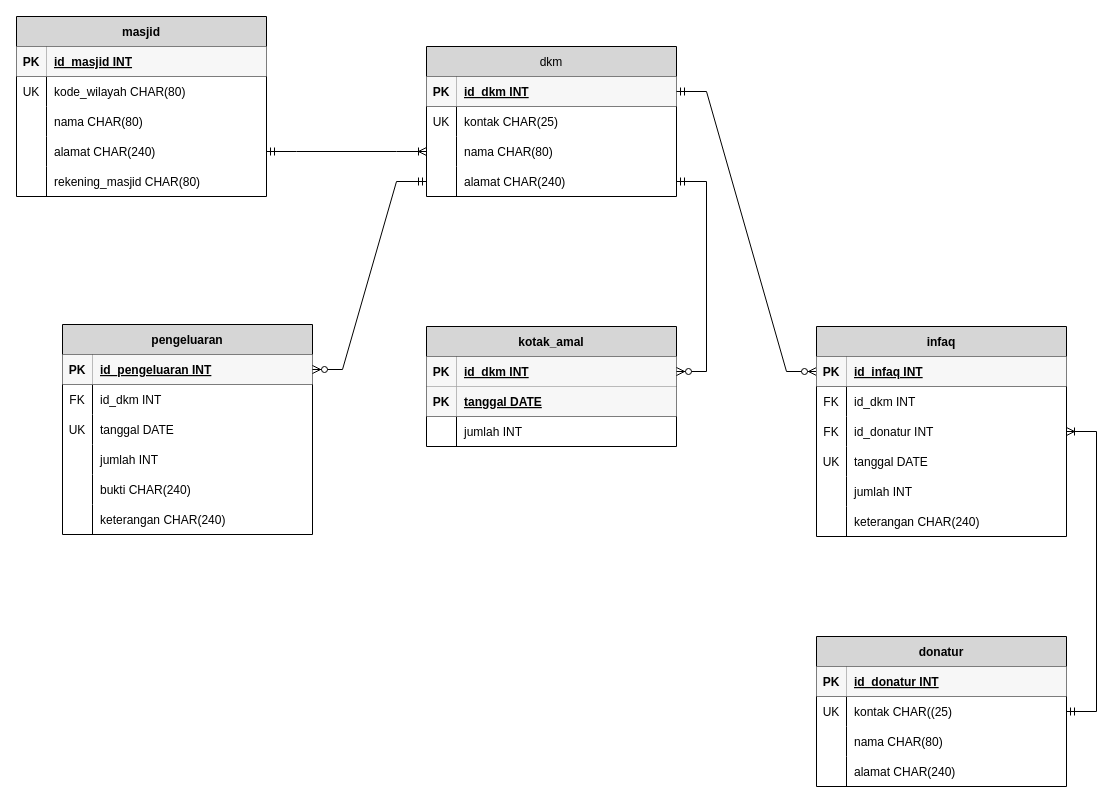
The draw.io diagram pertemuan3/ERD.drawio in rifkymaulana6/IF214002, before the edit. Source tidied: cells renumbered, new cells numbered last; positions are measured from the earlier drawing's top-left corner, leaving out a move shared by most shapes. Both pictures are drawn from the tidied source at 100%, with x=0, y=0 at pixel (16, 16).
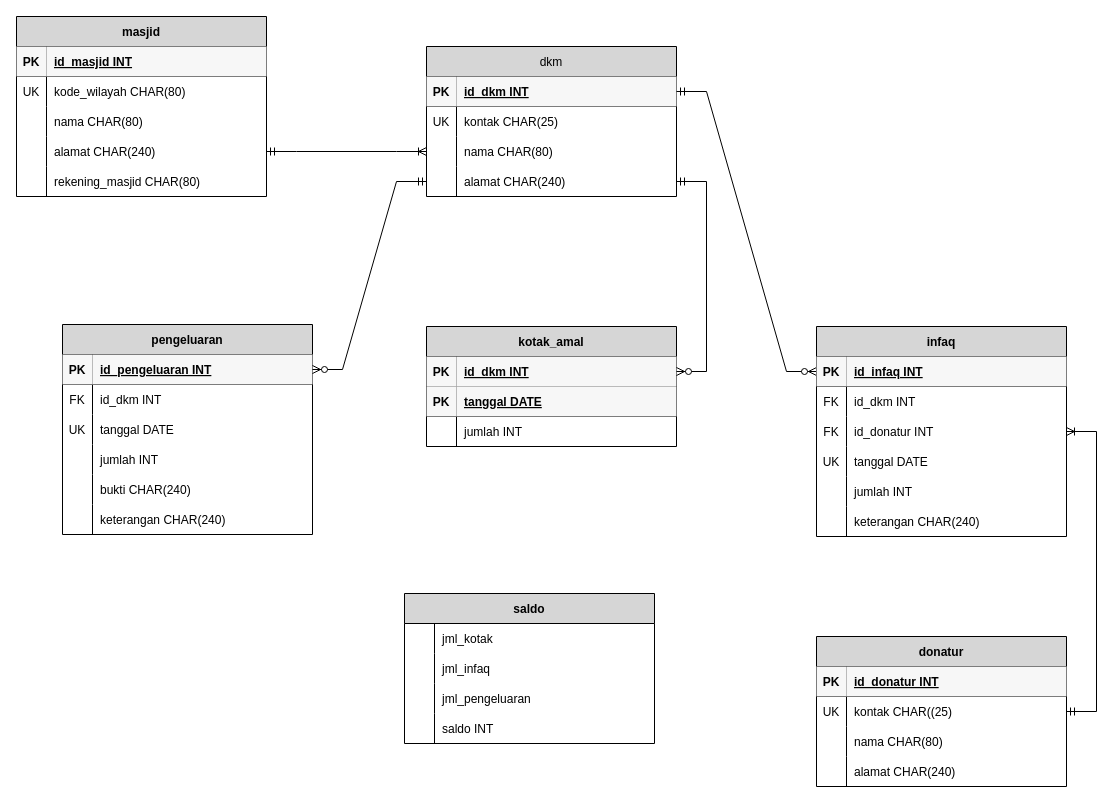
The same page after the edit.

What changed in the source:
```diff
@@
+    <mxCell id="97" value="saldo" style="shape=table;startSize=30;childLayout=tableLayout;rowLines=0;fontStyle=1;align=center;fillColor=#D6D6D6;" parent="1" vertex="1">
+      <mxGeometry x="388" y="577" width="250" height="150" as="geometry" />
+    </mxCell>
+    <mxCell id="98" style="shape=partialRectangle;fillColor=none;top=0;left=0;right=0;bottom=0;" parent="97" vertex="1">
+      <mxGeometry y="30" width="250" height="30" as="geometry" />
+    </mxCell>
+    <mxCell id="99" style="shape=partialRectangle;overflow=hidden;fillColor=none;top=0;left=0;bottom=0;right=0;" parent="98" vertex="1">
+      <mxGeometry width="30" height="30" as="geometry" />
+    </mxCell>
+    <mxCell id="100" value="jml_kotak" style="shape=partialRectangle;overflow=hidden;fillColor=none;top=0;left=0;bottom=0;right=0;align=left;spacingLeft=6;" parent="98" vertex="1">
+      <mxGeometry x="30" width="220" height="30" as="geometry" />
+    </mxCell>
+    <mxCell id="101" style="shape=partialRectangle;fillColor=none;top=0;left=0;right=0;bottom=0;" parent="97" vertex="1">
+      <mxGeometry y="60" width="250" height="30" as="geometry" />
+    </mxCell>
+    <mxCell id="102" style="shape=partialRectangle;overflow=hidden;fillColor=none;top=0;left=0;bottom=0;right=0;" parent="101" vertex="1">
+      <mxGeometry width="30" height="30" as="geometry" />
+    </mxCell>
+    <mxCell id="103" value="jml_infaq" style="shape=partialRectangle;overflow=hidden;fillColor=none;top=0;left=0;bottom=0;right=0;align=left;spacingLeft=6;fontStyle=0;" parent="101" vertex="1">
+      <mxGeometry x="30" width="220" height="30" as="geometry" />
+    </mxCell>
+    <mxCell id="104" style="shape=partialRectangle;fillColor=none;top=0;left=0;right=0;bottom=0;" parent="97" vertex="1">
+      <mxGeometry y="90" width="250" height="30" as="geometry" />
+    </mxCell>
+    <mxCell id="105" style="shape=partialRectangle;overflow=hidden;fillColor=none;top=0;left=0;bottom=0;right=0;" parent="104" vertex="1">
+      <mxGeometry width="30" height="30" as="geometry" />
+    </mxCell>
+    <mxCell id="106" value="jml_pengeluaran" style="shape=partialRectangle;overflow=hidden;fillColor=none;top=0;left=0;bottom=0;right=0;align=left;spacingLeft=6;fontStyle=0;" parent="104" vertex="1">
+      <mxGeometry x="30" width="220" height="30" as="geometry" />
+    </mxCell>
+    <mxCell id="107" style="shape=partialRectangle;fillColor=none;top=0;left=0;right=0;bottom=0;" parent="97" vertex="1">
+      <mxGeometry y="120" width="250" height="30" as="geometry" />
+    </mxCell>
+    <mxCell id="108" style="shape=partialRectangle;overflow=hidden;fillColor=none;top=0;left=0;bottom=0;right=0;" parent="107" vertex="1">
+      <mxGeometry width="30" height="30" as="geometry" />
+    </mxCell>
+    <mxCell id="109" value="saldo INT" style="shape=partialRectangle;overflow=hidden;fillColor=none;top=0;left=0;bottom=0;right=0;align=left;spacingLeft=6;fontStyle=0;" parent="107" vertex="1">
+      <mxGeometry x="30" width="220" height="30" as="geometry" />
+    </mxCell>
```
